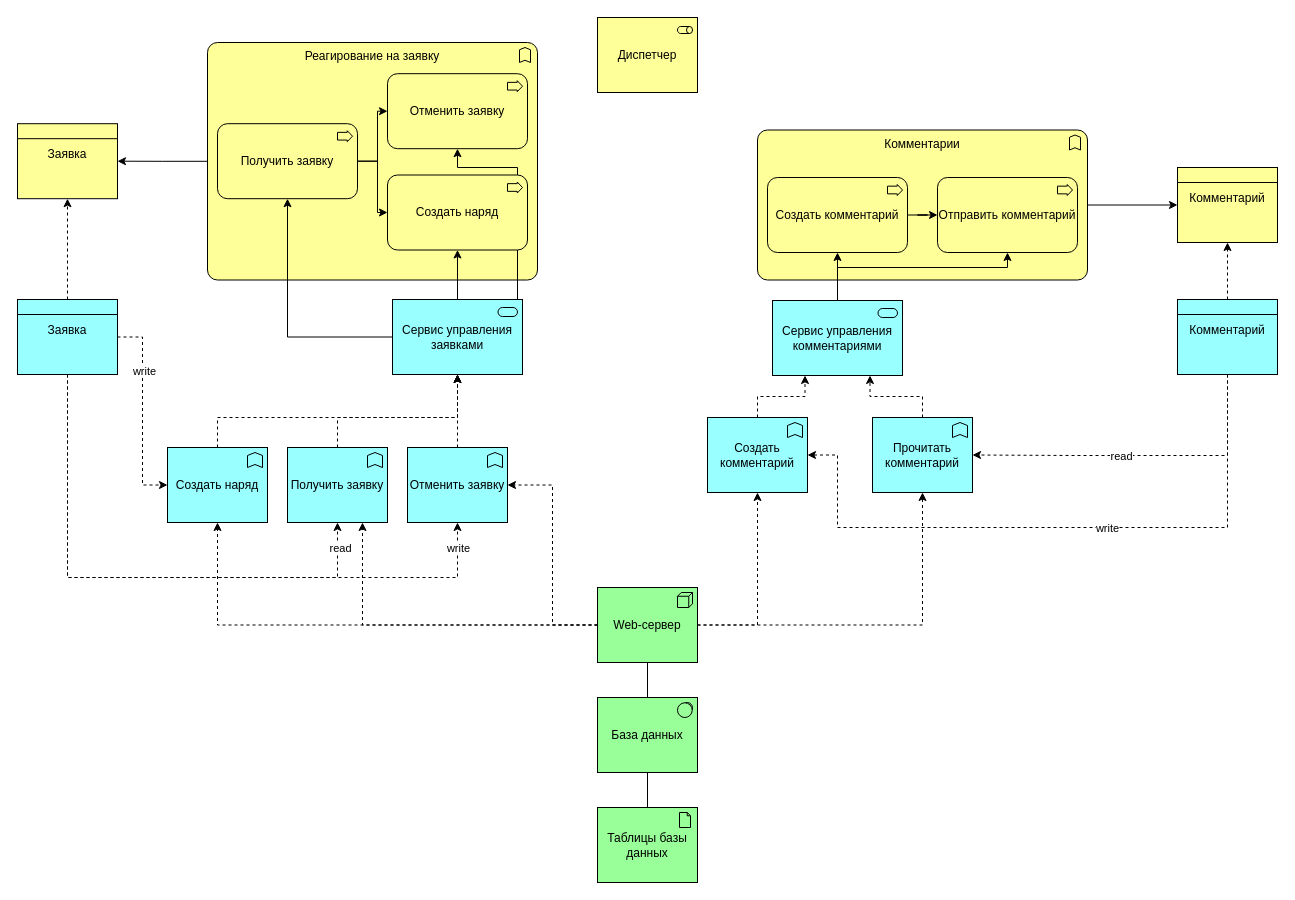
This is archi.drawio from iamquoz/essen, a draw.io file, before an edit. Source tidied: cells renumbered, new cells numbered last; positions are measured from the earlier drawing's top-left corner, leaving out a move shared by most shapes. Both pictures are drawn from the tidied source at 100%, with x=0, y=0 at pixel (17, 17).
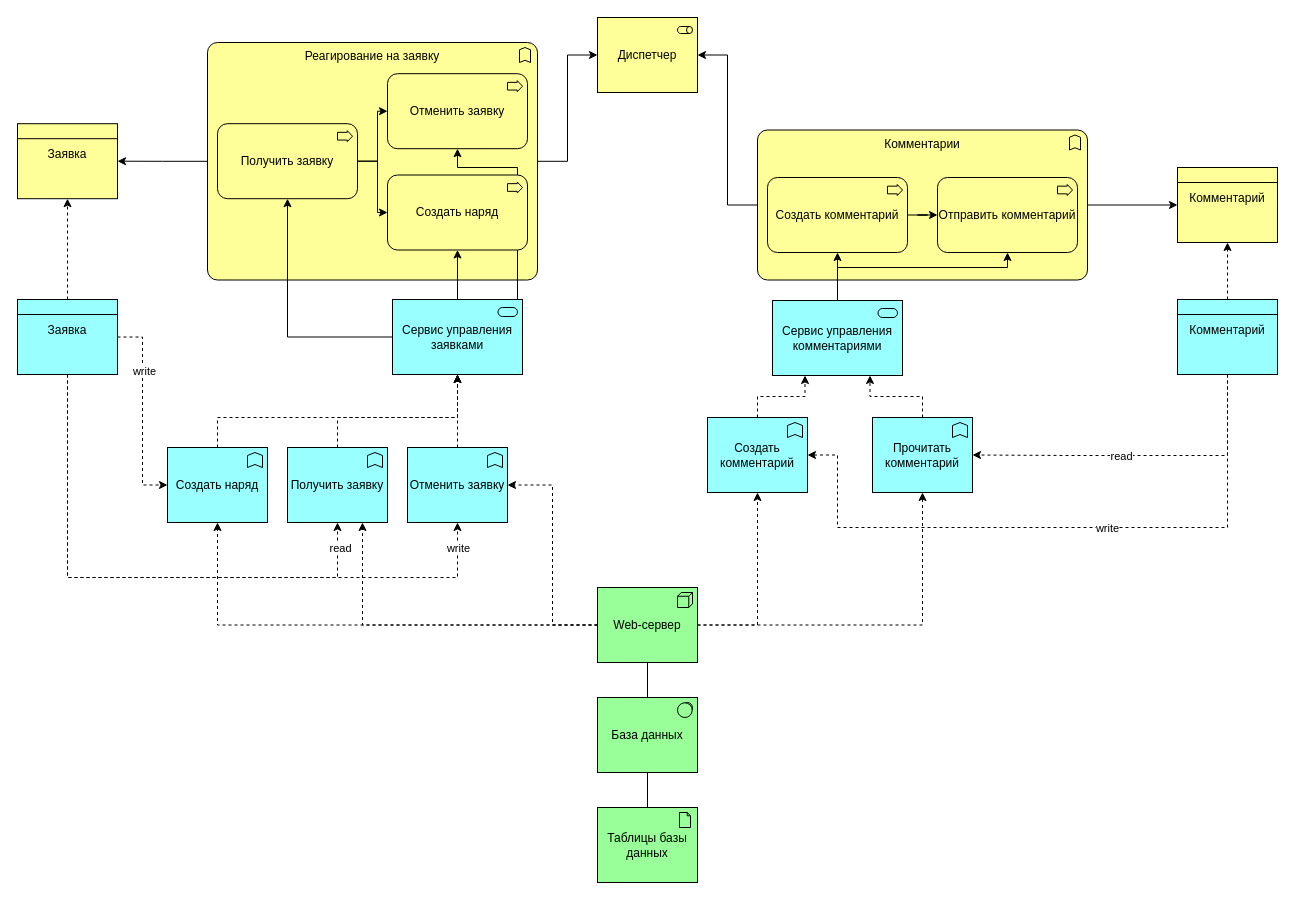
The same diagram, later.

The change refers to these unchanged cells:
```xml
<mxCell id="12" value="Диспетчер" style="html=1;outlineConnect=0;whiteSpace=wrap;fillColor=#ffff99;shape=mxgraph.archimate.application;appType=role;" parent="1" vertex="1">
  <mxGeometry x="580" width="100" height="75" as="geometry" />
</mxCell>
<mxCell id="14" value="Реагирование на заявку" style="html=1;outlineConnect=0;whiteSpace=wrap;fillColor=#ffff99;shape=mxgraph.archimate.business;busType=function;verticalAlign=top;" parent="1" vertex="1">
  <mxGeometry x="190" y="25" width="330" height="237.5" as="geometry" />
</mxCell>
<mxCell id="16" value="Комментарии" style="html=1;outlineConnect=0;whiteSpace=wrap;fillColor=#ffff99;shape=mxgraph.archimate.business;busType=function;verticalAlign=top;" parent="1" vertex="1">
  <mxGeometry x="740" y="112.5" width="330" height="150" as="geometry" />
</mxCell>
```

What changed in the source:
```diff
@@
+    <mxCell id="58" style="edgeStyle=orthogonalEdgeStyle;rounded=0;jettySize=auto;html=1;entryX=0;entryY=0.5;entryDx=0;entryDy=0;entryPerimeter=0;" parent="1" edge="1" source="14" target="12">
+      <mxGeometry relative="1" as="geometry" />
+    </mxCell>
@@
+    <mxCell id="59" style="edgeStyle=orthogonalEdgeStyle;rounded=0;jettySize=auto;html=1;entryX=1;entryY=0.5;entryDx=0;entryDy=0;entryPerimeter=0;" parent="1" edge="1" source="16" target="12">
+      <mxGeometry relative="1" as="geometry" />
+    </mxCell>
```
